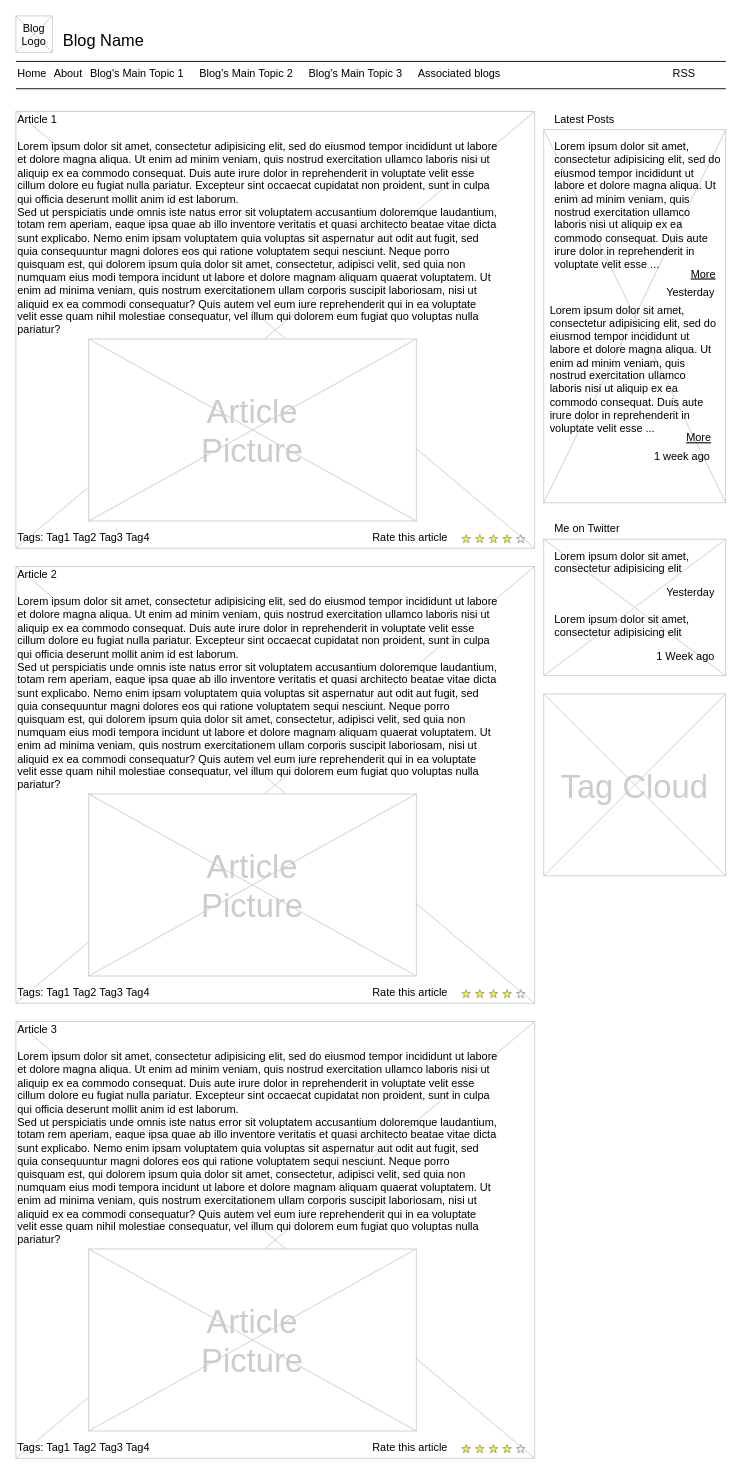
The draw.io diagram PracticeWireframe.drawio in lorenzoggggg/ISCG6420-Practice, before the edit. Source tidied: cells renumbered, new cells numbered last; positions are measured from the earlier drawing's top-left corner, leaving out a move shared by most shapes. Both pictures are drawn from the tidied source at 91%, with x=0, y=0 at pixel (15, 15).
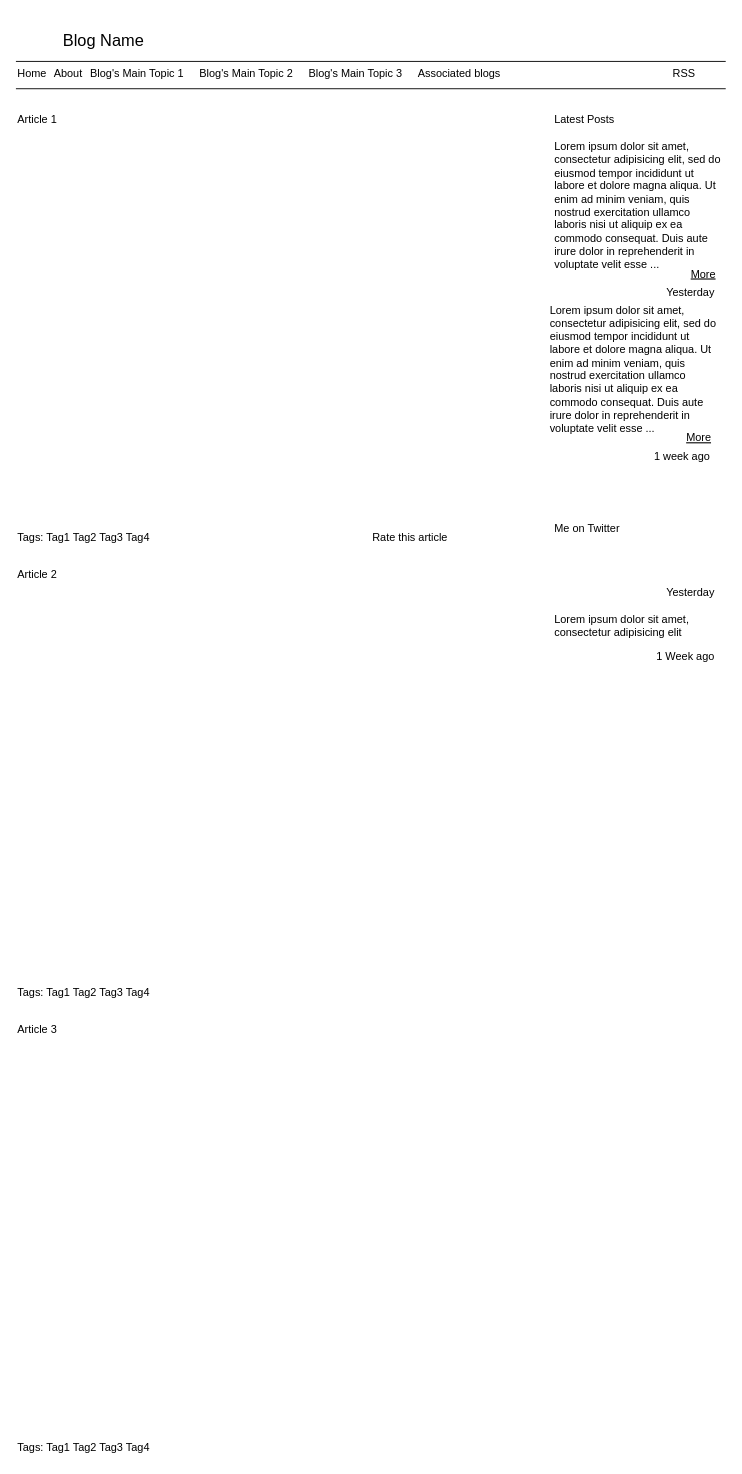
Above is the later version.

Change to the diagram source:
```diff
@@
-    <mxCell id="2" style="verticalLabelPosition=bottom;verticalAlign=top;strokeWidth=1;shape=mxgraph.mockup.graphics.iconGrid;strokeColor=#CCCCCC;gridSize=1,1;" parent="1" vertex="1">
-      <mxGeometry x="580" y="125" width="200" height="410" as="geometry" />
-    </mxCell>
-    <mxCell id="3" style="verticalLabelPosition=bottom;verticalAlign=top;strokeWidth=1;shape=mxgraph.mockup.graphics.iconGrid;strokeColor=#CCCCCC;gridSize=1,1;" parent="1" vertex="1">
-      <mxGeometry y="105" width="570" height="480" as="geometry" />
-    </mxCell>
@@
-    <mxCell id="11" value="Lorem ipsum dolor sit amet, consectetur adipisicing elit, sed do eiusmod tempor incididunt ut labore et dolore magna aliqua. Ut enim ad minim veniam, quis nostrud exercitation ullamco laboris nisi ut aliquip ex ea commodo consequat. Duis aute irure dolor in reprehenderit in voluptate velit esse cillum dolore eu fugiat nulla pariatur. Excepteur sint occaecat cupidatat non proident, sunt in culpa qui officia deserunt mollit anim id est laborum.&#10;Sed ut perspiciatis unde omnis iste natus error sit voluptatem accusantium doloremque laudantium, totam rem aperiam, eaque ipsa quae ab illo inventore veritatis et quasi architecto beatae vitae dicta sunt explicabo. Nemo enim ipsam voluptatem quia voluptas sit aspernatur aut odit aut fugit, sed quia consequuntur magni dolores eos qui ratione voluptatem sequi nesciunt. Neque porro quisquam est, qui dolorem ipsum quia dolor sit amet, consectetur, adipisci velit, sed quia non numquam eius modi tempora incidunt ut labore et dolore magnam aliquam quaerat voluptatem. Ut enim ad minima veniam, quis nostrum exercitationem ullam corporis suscipit laboriosam, nisi ut aliquid ex ea commodi consequatur? Quis autem vel eum iure reprehenderit qui in ea voluptate velit esse quam nihil molestiae consequatur, vel illum qui dolorem eum fugiat quo voluptas nulla pariatur?" style="text;spacingTop=-5;whiteSpace=wrap;align=left;" parent="1" vertex="1">
-      <mxGeometry y="135" width="530" height="250" as="geometry" />
-    </mxCell>
@@
-    <mxCell id="20" style="verticalLabelPosition=bottom;verticalAlign=top;strokeWidth=1;shape=mxgraph.mockup.graphics.iconGrid;strokeColor=#CCCCCC;gridSize=1,1;" parent="1" vertex="1">
-      <mxGeometry width="40" height="40" as="geometry" />
-    </mxCell>
-    <mxCell id="21" value="Blog &#10;Logo" style="text;spacingTop=-5;align=center;" parent="1" vertex="1">
-      <mxGeometry y="5" width="40" height="40" as="geometry" />
-    </mxCell>
@@
-    <mxCell id="25" style="verticalLabelPosition=bottom;verticalAlign=top;strokeWidth=1;shape=mxgraph.mockup.graphics.iconGrid;strokeColor=#CCCCCC;gridSize=1,1;" parent="1" vertex="1">
-      <mxGeometry x="80" y="355" width="360" height="200" as="geometry" />
-    </mxCell>
-    <mxCell id="26" value="Article&#10;Picture" style="text;spacingTop=-5;align=center;verticalAlign=middle;fontSize=36;fontColor=#CCCCCC;" parent="1" vertex="1">
-      <mxGeometry x="80" y="355" width="360" height="200" as="geometry" />
-    </mxCell>
-    <mxCell id="27" style="verticalLabelPosition=bottom;verticalAlign=top;strokeWidth=1;shape=mxgraph.mockup.graphics.iconGrid;strokeColor=#CCCCCC;gridSize=1,1;" parent="1" vertex="1">
-      <mxGeometry y="605" width="570" height="480" as="geometry" />
-    </mxCell>
@@
-    <mxCell id="29" value="Lorem ipsum dolor sit amet, consectetur adipisicing elit, sed do eiusmod tempor incididunt ut labore et dolore magna aliqua. Ut enim ad minim veniam, quis nostrud exercitation ullamco laboris nisi ut aliquip ex ea commodo consequat. Duis aute irure dolor in reprehenderit in voluptate velit esse cillum dolore eu fugiat nulla pariatur. Excepteur sint occaecat cupidatat non proident, sunt in culpa qui officia deserunt mollit anim id est laborum.&#10;Sed ut perspiciatis unde omnis iste natus error sit voluptatem accusantium doloremque laudantium, totam rem aperiam, eaque ipsa quae ab illo inventore veritatis et quasi architecto beatae vitae dicta sunt explicabo. Nemo enim ipsam voluptatem quia voluptas sit aspernatur aut odit aut fugit, sed quia consequuntur magni dolores eos qui ratione voluptatem sequi nesciunt. Neque porro quisquam est, qui dolorem ipsum quia dolor sit amet, consectetur, adipisci velit, sed quia non numquam eius modi tempora incidunt ut labore et dolore magnam aliquam quaerat voluptatem. Ut enim ad minima veniam, quis nostrum exercitationem ullam corporis suscipit laboriosam, nisi ut aliquid ex ea commodi consequatur? Quis autem vel eum iure reprehenderit qui in ea voluptate velit esse quam nihil molestiae consequatur, vel illum qui dolorem eum fugiat quo voluptas nulla pariatur?" style="text;spacingTop=-5;whiteSpace=wrap;align=left;" parent="1" vertex="1">
-      <mxGeometry y="635" width="530" height="250" as="geometry" />
-    </mxCell>
-    <mxCell id="30" style="verticalLabelPosition=bottom;verticalAlign=top;strokeWidth=1;shape=mxgraph.mockup.graphics.iconGrid;strokeColor=#CCCCCC;gridSize=1,1;" parent="1" vertex="1">
-      <mxGeometry x="80" y="855" width="360" height="200" as="geometry" />
-    </mxCell>
-    <mxCell id="31" value="Article&#10;Picture" style="text;spacingTop=-5;align=center;verticalAlign=middle;fontSize=36;fontColor=#CCCCCC;" parent="1" vertex="1">
-      <mxGeometry x="80" y="855" width="360" height="200" as="geometry" />
-    </mxCell>
-    <mxCell id="32" style="verticalLabelPosition=bottom;verticalAlign=top;strokeWidth=1;shape=mxgraph.mockup.graphics.iconGrid;strokeColor=#CCCCCC;gridSize=1,1;" parent="1" vertex="1">
-      <mxGeometry y="1105" width="570" height="480" as="geometry" />
-    </mxCell>
@@
-    <mxCell id="34" value="Lorem ipsum dolor sit amet, consectetur adipisicing elit, sed do eiusmod tempor incididunt ut labore et dolore magna aliqua. Ut enim ad minim veniam, quis nostrud exercitation ullamco laboris nisi ut aliquip ex ea commodo consequat. Duis aute irure dolor in reprehenderit in voluptate velit esse cillum dolore eu fugiat nulla pariatur. Excepteur sint occaecat cupidatat non proident, sunt in culpa qui officia deserunt mollit anim id est laborum.&#10;Sed ut perspiciatis unde omnis iste natus error sit voluptatem accusantium doloremque laudantium, totam rem aperiam, eaque ipsa quae ab illo inventore veritatis et quasi architecto beatae vitae dicta sunt explicabo. Nemo enim ipsam voluptatem quia voluptas sit aspernatur aut odit aut fugit, sed quia consequuntur magni dolores eos qui ratione voluptatem sequi nesciunt. Neque porro quisquam est, qui dolorem ipsum quia dolor sit amet, consectetur, adipisci velit, sed quia non numquam eius modi tempora incidunt ut labore et dolore magnam aliquam quaerat voluptatem. Ut enim ad minima veniam, quis nostrum exercitationem ullam corporis suscipit laboriosam, nisi ut aliquid ex ea commodi consequatur? Quis autem vel eum iure reprehenderit qui in ea voluptate velit esse quam nihil molestiae consequatur, vel illum qui dolorem eum fugiat quo voluptas nulla pariatur?" style="text;spacingTop=-5;whiteSpace=wrap;align=left;" parent="1" vertex="1">
-      <mxGeometry y="1135" width="530" height="250" as="geometry" />
-    </mxCell>
-    <mxCell id="35" style="verticalLabelPosition=bottom;verticalAlign=top;strokeWidth=1;shape=mxgraph.mockup.graphics.iconGrid;strokeColor=#CCCCCC;gridSize=1,1;" parent="1" vertex="1">
-      <mxGeometry x="80" y="1355" width="360" height="200" as="geometry" />
-    </mxCell>
-    <mxCell id="36" value="Article&#10;Picture" style="text;spacingTop=-5;align=center;verticalAlign=middle;fontSize=36;fontColor=#CCCCCC;" parent="1" vertex="1">
-      <mxGeometry x="80" y="1355" width="360" height="200" as="geometry" />
-    </mxCell>
-    <mxCell id="37" style="verticalLabelPosition=bottom;verticalAlign=top;strokeWidth=1;shape=mxgraph.mockup.misc.rating;strokeColor=#999999;fillColor=#ffff00;emptyFillColor=#ffffff;grade=4;ratingScale=5;ratingStyle=star;" parent="1" vertex="1">
-      <mxGeometry x="490" y="570" width="77.5" height="10" as="geometry" />
-    </mxCell>
@@
-    <mxCell id="39" style="verticalLabelPosition=bottom;verticalAlign=top;strokeWidth=1;shape=mxgraph.mockup.misc.rating;strokeColor=#999999;fillColor=#ffff00;emptyFillColor=#ffffff;grade=4;ratingScale=5;ratingStyle=star;" parent="1" vertex="1">
-      <mxGeometry x="490" y="1070" width="77.5" height="10" as="geometry" />
-    </mxCell>
-    <mxCell id="40" value="Rate this article" style="text;spacingTop=-5;" parent="1" vertex="1">
-      <mxGeometry x="390" y="1065" width="30" height="20" as="geometry" />
-    </mxCell>
-    <mxCell id="41" style="verticalLabelPosition=bottom;verticalAlign=top;strokeWidth=1;shape=mxgraph.mockup.misc.rating;strokeColor=#999999;fillColor=#ffff00;emptyFillColor=#ffffff;grade=4;ratingScale=5;ratingStyle=star;" parent="1" vertex="1">
-      <mxGeometry x="490" y="1570" width="77.5" height="10" as="geometry" />
-    </mxCell>
-    <mxCell id="42" value="Rate this article" style="text;spacingTop=-5;" parent="1" vertex="1">
-      <mxGeometry x="390" y="1565" width="30" height="20" as="geometry" />
-    </mxCell>
@@
-    <mxCell id="46" style="verticalLabelPosition=bottom;verticalAlign=top;strokeWidth=1;shape=mxgraph.mockup.graphics.iconGrid;strokeColor=#CCCCCC;gridSize=1,1;" parent="1" vertex="1">
-      <mxGeometry x="580" y="575" width="200" height="150" as="geometry" />
-    </mxCell>
@@
-    <mxCell id="48" value="Lorem ipsum dolor sit amet, consectetur adipisicing elit" style="text;spacingTop=-5;whiteSpace=wrap;align=left;" parent="1" vertex="1">
-      <mxGeometry x="590" y="585" width="190" height="40" as="geometry" />
-    </mxCell>
@@
-    <mxCell id="50" style="verticalLabelPosition=bottom;verticalAlign=top;strokeWidth=1;shape=mxgraph.mockup.graphics.iconGrid;strokeColor=#CCCCCC;gridSize=1,1;" parent="1" vertex="1">
-      <mxGeometry x="580" y="745" width="200" height="200" as="geometry" />
-    </mxCell>
-    <mxCell id="51" value="Tag Cloud" style="text;spacingTop=-5;align=center;verticalAlign=middle;fontSize=36;fontColor=#CCCCCC;" parent="1" vertex="1">
-      <mxGeometry x="580" y="745" width="200" height="200" as="geometry" />
-    </mxCell>
```
